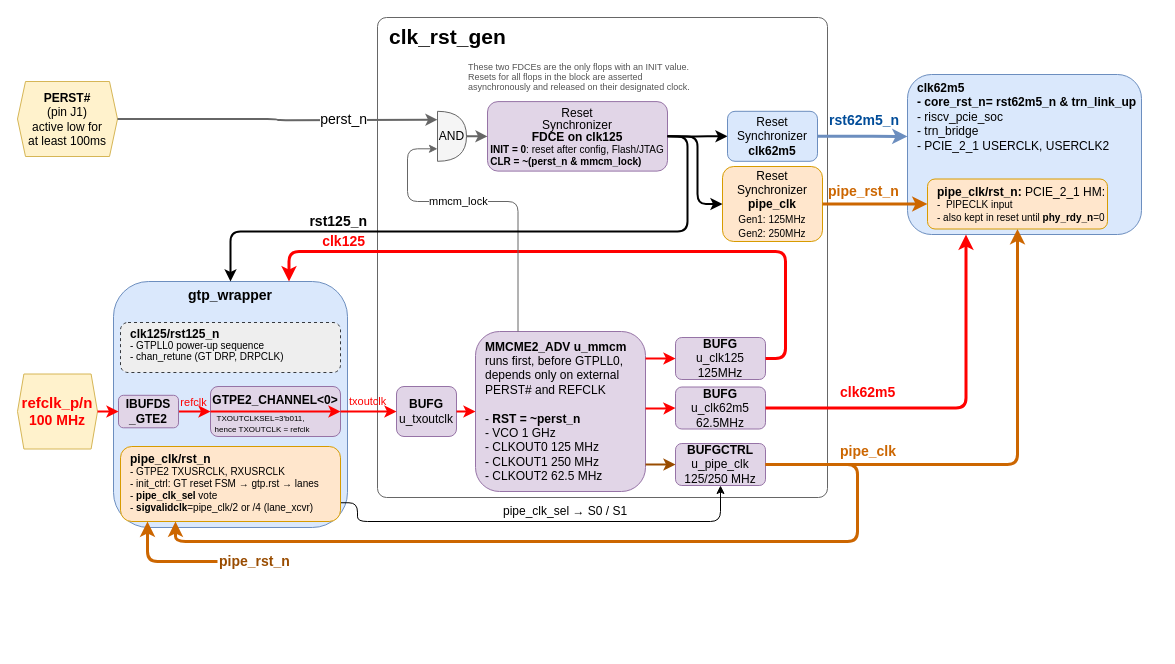
Earlier version of the draw.io diagram 0.doc/2.rtl/clk-rst.drawio (chili-chips-ba/openPCIE). Source tidied: cells renumbered, new cells numbered last; positions are measured from the earlier drawing's top-left corner, leaving out a move shared by most shapes. Both pictures are drawn from the tidied source at 100%, with x=0, y=0 at pixel (17, 17).
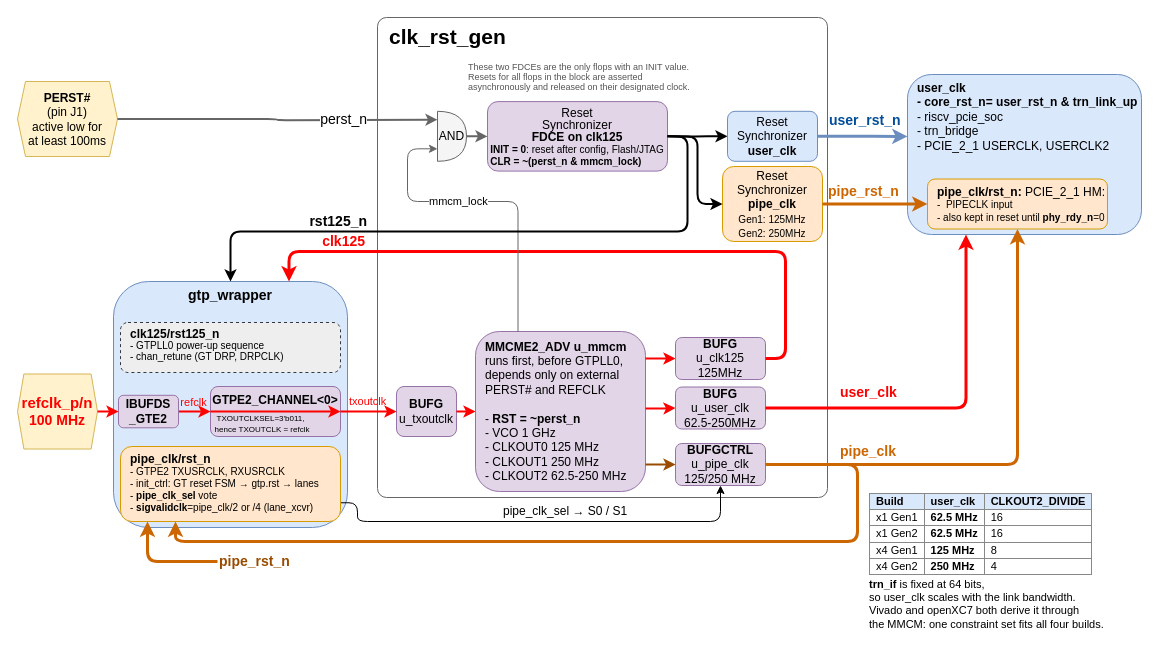
After the change.

What changed in the source:
```diff
@@
-    <mxCell id="8" value="&lt;b&gt;MMCME2_ADV u_mmcm&lt;/b&gt;&lt;br&gt;runs first, before GTPLL0, depends only on external PERST# and REFCLK&lt;div&gt;&lt;br&gt;&lt;div&gt;- &lt;b&gt;RST = ~perst_n&lt;/b&gt;&lt;/div&gt;&lt;div&gt;- VCO 1 GHz&lt;br&gt;- CLKOUT0 125 MHz&lt;br&gt;- CLKOUT1 250 MHz&lt;br&gt;- CLKOUT2 62.5 MHz&lt;/div&gt;&lt;/div&gt;" style="rounded=1;whiteSpace=wrap;html=1;fillColor=#e1d5e7;strokeColor=#9673a6;align=left;spacingLeft=8;points=[[0,0,1,0,0],[0,0.25,1,0,0],[0,0.5,1,0,0],[0,0.75,1,0,0],[0,1,1,0,0],[0.25,0,1,0,0],[0.25,1,1,0,0],[0.5,0,1,0,0],[0.5,1,1,0,0],[0.75,0,1,0,0],[0.75,1,1,0,0],[1,0,1,0,0],[1,0.16875,0,0,0],[1,0.48125,0,0,0],[1,0.83125,0,0,0],[1,1,1,0,0]];" parent="1" vertex="1">
+    <mxCell id="8" value="&lt;b&gt;MMCME2_ADV u_mmcm&lt;/b&gt;&lt;br&gt;runs first, before GTPLL0, depends only on external PERST# and REFCLK&lt;div&gt;&lt;br&gt;&lt;div&gt;- &lt;b&gt;RST = ~perst_n&lt;/b&gt;&lt;/div&gt;&lt;div&gt;- VCO 1 GHz&lt;br&gt;- CLKOUT0 125 MHz&lt;br&gt;- CLKOUT1 250 MHz&lt;br&gt;- CLKOUT2 62.5-250 MHz&lt;/div&gt;&lt;/div&gt;" style="rounded=1;whiteSpace=wrap;html=1;fillColor=#e1d5e7;strokeColor=#9673a6;align=left;spacingLeft=8;points=[[0,0,1,0,0],[0,0.25,1,0,0],[0,0.5,1,0,0],[0,0.75,1,0,0],[0,1,1,0,0],[0.25,0,1,0,0],[0.25,1,1,0,0],[0.5,0,1,0,0],[0.5,1,1,0,0],[0.75,0,1,0,0],[0.75,1,1,0,0],[1,0,1,0,0],[1,0.16875,0,0,0],[1,0.48125,0,0,0],[1,0.83125,0,0,0],[1,1,1,0,0]];" parent="1" vertex="1">
       <mxGeometry x="458" y="314" width="170" height="160" as="geometry" />
     </mxCell>
@@
-    <mxCell id="11" value="&lt;b&gt;BUFG&lt;/b&gt;&lt;br&gt;u_clk62m5&lt;div&gt;62.5MHz&lt;/div&gt;" style="rounded=1;whiteSpace=wrap;html=1;fillColor=#e1d5e7;strokeColor=#9673a6;" parent="1" vertex="1">
+    <mxCell id="11" value="&lt;b&gt;BUFG&lt;/b&gt;&lt;br&gt;u_user_clk&lt;div&gt;62.5-250MHz&lt;/div&gt;" style="rounded=1;whiteSpace=wrap;html=1;fillColor=#e1d5e7;strokeColor=#9673a6;" parent="1" vertex="1">
       <mxGeometry x="658" y="369.5" width="90" height="42" as="geometry" />
     </mxCell>
@@
-    <mxCell id="17" value="&lt;div&gt;&lt;b style=&quot;background-color: transparent; color: light-dark(rgb(0, 0, 0), rgb(255, 255, 255));&quot;&gt;clk62m5&lt;/b&gt;&lt;/div&gt;&lt;div&gt;&lt;b style=&quot;background-color: transparent; color: light-dark(rgb(0, 0, 0), rgb(255, 255, 255));&quot;&gt;- core_rst_n=&lt;/b&gt;&lt;span style=&quot;background-color: transparent;&quot;&gt;&lt;b&gt;&amp;nbsp;&lt;/b&gt;&lt;/span&gt;&lt;span style=&quot;background-color: transparent;&quot;&gt;&lt;b&gt;rst62m5_n&amp;nbsp;&lt;/b&gt;&lt;/span&gt;&lt;b style=&quot;background-color: transparent; color: light-dark(rgb(0, 0, 0), rgb(255, 255, 255));&quot;&gt;&amp;amp; trn_link_up&lt;/b&gt;&lt;/div&gt;&lt;div&gt;- riscv_pcie_soc&lt;div&gt;- trn_bridge&amp;nbsp;&lt;/div&gt;&lt;div&gt;&lt;div&gt;- PCIE_2_1 USERCLK, USERCLK2&lt;br&gt;&lt;/div&gt;&lt;/div&gt;&lt;/div&gt;" style="rounded=1;whiteSpace=wrap;html=1;fillColor=#dae8fc;strokeColor=#6c8ebf;align=left;verticalAlign=top;spacingLeft=8;points=[[0,0,1,0,0],[0,0.265896,0,0,0],[0,0.387283,0,0,0],[0,0.75,1,0,0],[0,1,1,0,0],[0.25,0,1,0,0],[0.25,1,1,0,0],[0.5,0,1,0,0],[0.5,1,1,0,0],[0.75,0,1,0,0],[0.75,1,1,0,0],[1,0,1,0,0],[1,0.25,1,0,0],[1,0.5,1,0,0],[1,0.75,1,0,0],[1,1,1,0,0]];" parent="1" vertex="1">
+    <mxCell id="17" value="&lt;div&gt;&lt;b style=&quot;background-color: transparent; color: light-dark(rgb(0, 0, 0), rgb(255, 255, 255));&quot;&gt;user_clk&lt;/b&gt;&lt;/div&gt;&lt;div&gt;&lt;b style=&quot;background-color: transparent; color: light-dark(rgb(0, 0, 0), rgb(255, 255, 255));&quot;&gt;- core_rst_n=&lt;/b&gt;&lt;span style=&quot;background-color: transparent;&quot;&gt;&lt;b&gt;&amp;nbsp;&lt;/b&gt;&lt;/span&gt;&lt;span style=&quot;background-color: transparent;&quot;&gt;&lt;b&gt;user_rst_n&amp;nbsp;&lt;/b&gt;&lt;/span&gt;&lt;b style=&quot;background-color: transparent; color: light-dark(rgb(0, 0, 0), rgb(255, 255, 255));&quot;&gt;&amp;amp; trn_link_up&lt;/b&gt;&lt;/div&gt;&lt;div&gt;- riscv_pcie_soc&lt;div&gt;- trn_bridge&amp;nbsp;&lt;/div&gt;&lt;div&gt;&lt;div&gt;- PCIE_2_1 USERCLK, USERCLK2&lt;br&gt;&lt;/div&gt;&lt;/div&gt;&lt;/div&gt;" style="rounded=1;whiteSpace=wrap;html=1;fillColor=#dae8fc;strokeColor=#6c8ebf;align=left;verticalAlign=top;spacingLeft=8;points=[[0,0,1,0,0],[0,0.265896,0,0,0],[0,0.387283,0,0,0],[0,0.75,1,0,0],[0,1,1,0,0],[0.25,0,1,0,0],[0.25,1,1,0,0],[0.5,0,1,0,0],[0.5,1,1,0,0],[0.75,0,1,0,0],[0.75,1,1,0,0],[1,0,1,0,0],[1,0.25,1,0,0],[1,0.5,1,0,0],[1,0.75,1,0,0],[1,1,1,0,0]];" parent="1" vertex="1">
       <mxGeometry x="890" y="57" width="234" height="160" as="geometry" />
     </mxCell>
@@
-    <mxCell id="26" value="&lt;b&gt;&lt;font style=&quot;font-size: 14px; color: rgb(255, 0, 0);&quot;&gt;clk62m5&lt;/font&gt;&lt;/b&gt;" style="edgeStyle=orthogonalEdgeStyle;html=1;endArrow=classic;strokeWidth=3;strokeColor=#FF0000;fontSize=11;labelBackgroundColor=none;entryX=0.25;entryY=1;entryDx=0;entryDy=0;exitX=1;exitY=0.5;exitDx=0;exitDy=0;align=left;" parent="1" edge="1" source="11" target="17">
+    <mxCell id="26" value="&lt;b&gt;&lt;font style=&quot;font-size: 14px; color: rgb(255, 0, 0);&quot;&gt;user_clk&lt;/font&gt;&lt;/b&gt;" style="edgeStyle=orthogonalEdgeStyle;html=1;endArrow=classic;strokeWidth=3;strokeColor=#FF0000;fontSize=11;labelBackgroundColor=none;entryX=0.25;entryY=1;entryDx=0;entryDy=0;exitX=1;exitY=0.5;exitDx=0;exitDy=0;align=left;" parent="1" edge="1" source="11" target="17">
       <mxGeometry x="-0.61" y="17" relative="1" as="geometry">
         <mxPoint y="1" as="offset" />
       </mxGeometry>
     </mxCell>
@@
-    <mxCell id="34" value="&lt;span style=&quot;color: rgb(0, 76, 153);&quot;&gt;&lt;b&gt;&lt;font style=&quot;font-size: 14px;&quot;&gt;rst62m5_n&lt;/font&gt;&lt;/b&gt;&lt;/span&gt;" style="edgeStyle=orthogonalEdgeStyle;html=1;endArrow=classic;strokeWidth=3;strokeColor=#6c8ebf;fontSize=11;labelBackgroundColor=none;exitX=1;exitY=0.5;exitDx=0;exitDy=0;entryX=0;entryY=0.387283;entryDx=0;entryDy=0;align=left;entryPerimeter=0;" parent="1" edge="1" source="35" target="17">
+    <mxCell id="34" value="&lt;span style=&quot;color: rgb(0, 76, 153);&quot;&gt;&lt;b&gt;&lt;font style=&quot;font-size: 14px;&quot;&gt;user_rst_n&lt;/font&gt;&lt;/b&gt;&lt;/span&gt;" style="edgeStyle=orthogonalEdgeStyle;html=1;endArrow=classic;strokeWidth=3;strokeColor=#6c8ebf;fontSize=11;labelBackgroundColor=none;exitX=1;exitY=0.5;exitDx=0;exitDy=0;entryX=0;entryY=0.387283;entryDx=0;entryDy=0;align=left;entryPerimeter=0;" parent="1" edge="1" source="35" target="17">
       <mxGeometry x="-0.78" y="16" relative="1" as="geometry" />
     </mxCell>
-    <mxCell id="35" value="&lt;div&gt;Reset Synchronizer&lt;b&gt;&lt;/b&gt;&lt;/div&gt;&lt;div&gt;&lt;b&gt;clk62m5&lt;/b&gt;&lt;/div&gt;" style="rounded=1;whiteSpace=wrap;html=1;fillColor=#dae8fc;strokeColor=#6c8ebf;" parent="1" vertex="1">
+    <mxCell id="35" value="&lt;div&gt;Reset Synchronizer&lt;b&gt;&lt;/b&gt;&lt;/div&gt;&lt;div&gt;&lt;b&gt;user_clk&lt;/b&gt;&lt;/div&gt;" style="rounded=1;whiteSpace=wrap;html=1;fillColor=#dae8fc;strokeColor=#6c8ebf;" parent="1" vertex="1">
       <mxGeometry x="710" y="93.8" width="90" height="50" as="geometry" />
     </mxCell>
@@
+    <mxCell id="46" value="&lt;table style=&quot;border-collapse:collapse;font-size:11px;&quot;&gt;&lt;tr&gt;&lt;th style=&quot;border:1px solid #888;padding:1px 6px;background:#dae8fc;&quot;&gt;Build&lt;/th&gt;&lt;th style=&quot;border:1px solid #888;padding:1px 6px;background:#dae8fc;&quot;&gt;user_clk&lt;/th&gt;&lt;th style=&quot;border:1px solid #888;padding:1px 6px;background:#dae8fc;&quot;&gt;CLKOUT2_DIVIDE&lt;/th&gt;&lt;/tr&gt;&lt;tr&gt;&lt;td style=&quot;border:1px solid #888;padding:1px 6px;&quot;&gt;x1 Gen1&lt;/td&gt;&lt;td style=&quot;border:1px solid #888;padding:1px 6px;&quot;&gt;&lt;b&gt;62.5 MHz&lt;/b&gt;&lt;/td&gt;&lt;td style=&quot;border:1px solid #888;padding:1px 6px;&quot;&gt;16&lt;/td&gt;&lt;/tr&gt;&lt;tr&gt;&lt;td style=&quot;border:1px solid #888;padding:1px 6px;&quot;&gt;x1 Gen2&lt;/td&gt;&lt;td style=&quot;border:1px solid #888;padding:1px 6px;&quot;&gt;&lt;b&gt;62.5 MHz&lt;/b&gt;&lt;/td&gt;&lt;td style=&quot;border:1px solid #888;padding:1px 6px;&quot;&gt;16&lt;/td&gt;&lt;/tr&gt;&lt;tr&gt;&lt;td style=&quot;border:1px solid #888;padding:1px 6px;&quot;&gt;x4 Gen1&lt;/td&gt;&lt;td style=&quot;border:1px solid #888;padding:1px 6px;&quot;&gt;&lt;b&gt;125 MHz&lt;/b&gt;&lt;/td&gt;&lt;td style=&quot;border:1px solid #888;padding:1px 6px;&quot;&gt;8&lt;/td&gt;&lt;/tr&gt;&lt;tr&gt;&lt;td style=&quot;border:1px solid #888;padding:1px 6px;&quot;&gt;x4 Gen2&lt;/td&gt;&lt;td style=&quot;border:1px solid #888;padding:1px 6px;&quot;&gt;&lt;b&gt;250 MHz&lt;/b&gt;&lt;/td&gt;&lt;td style=&quot;border:1px solid #888;padding:1px 6px;&quot;&gt;4&lt;/td&gt;&lt;/tr&gt;&lt;/table&gt;&lt;div style=&quot;font-size:11px;margin-top:3px;&quot;&gt;&lt;b&gt;trn_if&lt;/b&gt; is fixed at 64 bits,&lt;br&gt;so user_clk scales with the link bandwidth.&lt;br&gt;Vivado and openXC7 both derive it through&lt;br&gt;the MMCM: one constraint set fits all four builds.&lt;/div&gt;" style="text;html=1;align=left;verticalAlign=top;whiteSpace=wrap;" parent="1" vertex="1">
+      <mxGeometry x="850" y="469" width="290" height="160" as="geometry" />
+    </mxCell>
```
